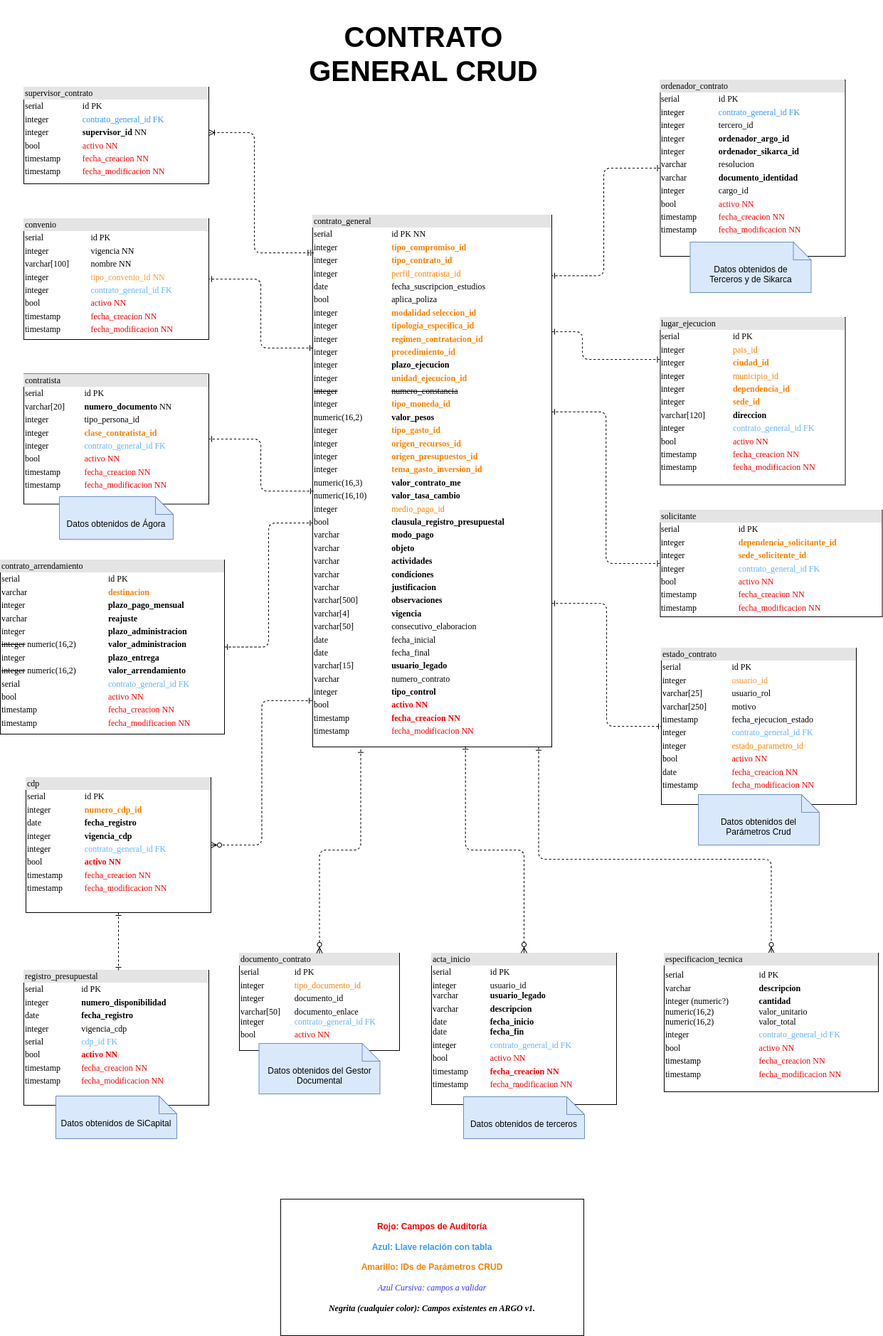
This is modelo-database/modelo-basedatos-core-Argo.png from udistrital/gestion_contractual_compras_contrato_crud, a draw.io export, as it was before one commit. Source tidied: cells renumbered, new cells last; positions are measured from the earlier drawing's top-left corner, leaving out a move shared by most shapes.
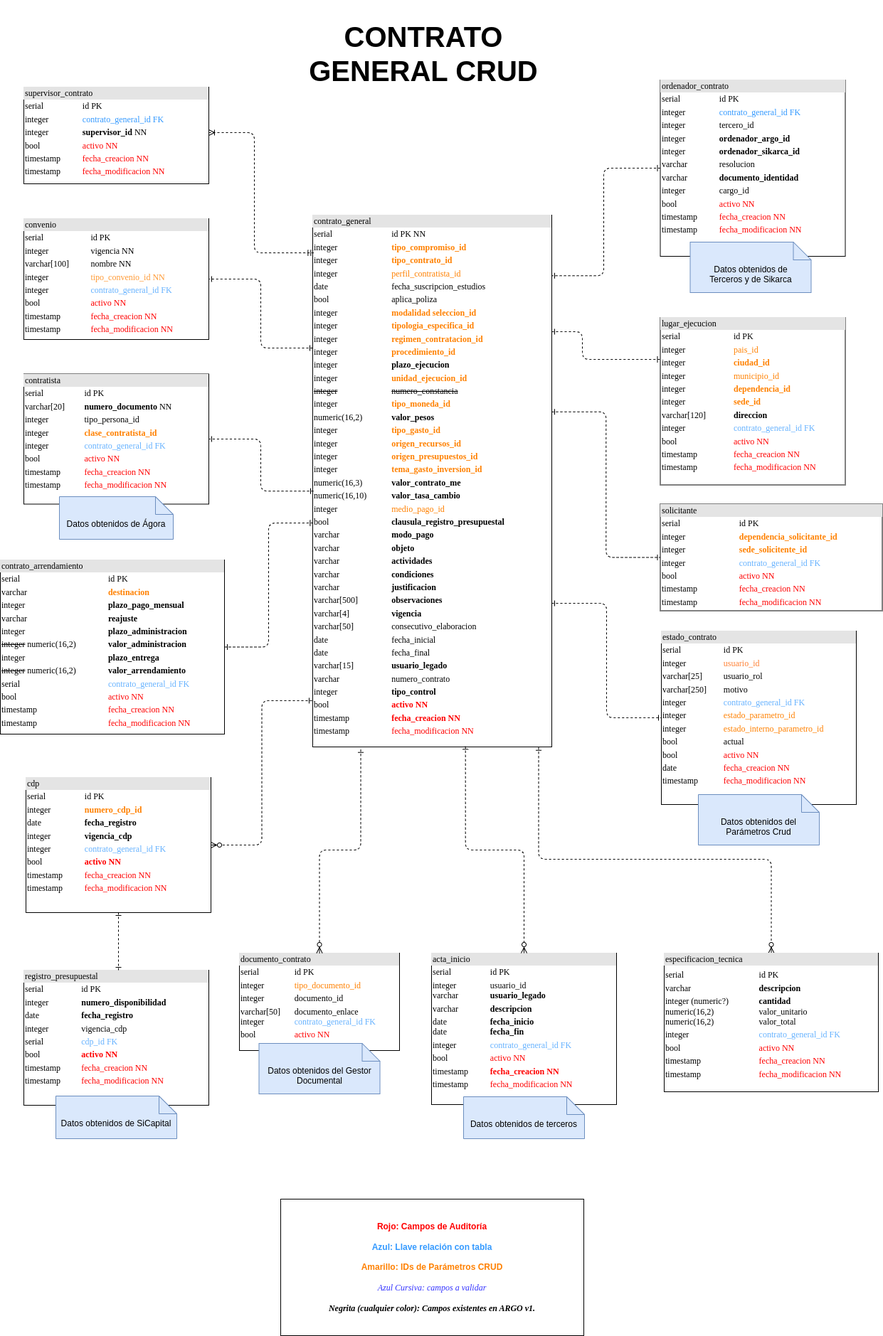
The same file after the commit.

Commit message:
feat: Actualización tabla estado_contrato udistrital/argo_documentacion/issues/250

What changed in the source:
```diff
@@ -2,8 +2,8 @@
   <root>
     <mxCell id="0" />
     <mxCell id="1" parent="0" />
-    <mxCell id="2" value="&lt;div style=&quot;box-sizing: border-box ; width: 100% ; background: #e4e4e4 ; padding: 2px&quot;&gt;estado_contrato&lt;/div&gt;&lt;table style=&quot;width: 100% ; font-size: 1em&quot; cellpadding=&quot;2&quot; cellspacing=&quot;0&quot;&gt;&lt;tbody&gt;&lt;tr&gt;&lt;td&gt;serial&lt;span style=&quot;white-space: pre;&quot;&gt;&#9;&lt;/span&gt;&lt;/td&gt;&lt;td&gt;id PK&lt;/td&gt;&lt;/tr&gt;&lt;tr&gt;&lt;td&gt;integer&lt;/td&gt;&lt;td&gt;&lt;font color=&quot;#ff9933&quot;&gt;usuario_id&lt;/font&gt;&lt;/td&gt;&lt;/tr&gt;&lt;tr&gt;&lt;td&gt;varchar[25]&lt;/td&gt;&lt;td&gt;usuario_rol&lt;/td&gt;&lt;/tr&gt;&lt;tr&gt;&lt;td&gt;varchar[250]&lt;/td&gt;&lt;td&gt;motivo&lt;/td&gt;&lt;/tr&gt;&lt;tr&gt;&lt;td&gt;timestamp&lt;/td&gt;&lt;td&gt;fecha_ejecucion_estado&lt;br&gt;&lt;/td&gt;&lt;/tr&gt;&lt;tr&gt;&lt;td&gt;integer&lt;/td&gt;&lt;td&gt;&lt;span style=&quot;color: rgb(102, 178, 255);&quot;&gt;contrato_general_id FK&lt;/span&gt;&lt;br style=&quot;color: rgb(102, 178, 255);&quot;&gt;&lt;/td&gt;&lt;/tr&gt;&lt;tr&gt;&lt;td&gt;integer&lt;br&gt;&lt;/td&gt;&lt;td&gt;&lt;font color=&quot;#ff8000&quot;&gt;estado_parametro_id&lt;br&gt;&lt;/font&gt;&lt;/td&gt;&lt;/tr&gt;&lt;tr&gt;&lt;td&gt;bool&lt;br&gt;&lt;/td&gt;&lt;td&gt;&lt;font color=&quot;#ff0000&quot;&gt;activo NN&lt;br style=&quot;&quot;&gt;&lt;/font&gt;&lt;/td&gt;&lt;/tr&gt;&lt;tr&gt;&lt;td&gt;date&lt;/td&gt;&lt;td&gt;&lt;font color=&quot;#ff0000&quot;&gt;fecha_creacion NN&lt;br style=&quot;&quot;&gt;&lt;/font&gt;&lt;/td&gt;&lt;/tr&gt;&lt;tr&gt;&lt;td&gt;timestamp&lt;br&gt;&lt;/td&gt;&lt;td&gt;&lt;font color=&quot;#ff0000&quot;&gt;fecha_modificacion NN&lt;/font&gt;&lt;br&gt;&lt;/td&gt;&lt;/tr&gt;&lt;/tbody&gt;&lt;/table&gt;" style="verticalAlign=top;align=left;overflow=fill;html=1;rounded=0;shadow=0;comic=0;labelBackgroundColor=none;strokeWidth=1;fontFamily=Verdana;fontSize=12;" parent="1" vertex="1">
-      <mxGeometry x="929" y="911" width="274" height="220" as="geometry" />
+    <mxCell id="2" value="&lt;div style=&quot;box-sizing: border-box ; width: 100% ; background: #e4e4e4 ; padding: 2px&quot;&gt;estado_contrato&lt;/div&gt;&lt;table style=&quot;width: 100% ; font-size: 1em&quot; cellpadding=&quot;2&quot; cellspacing=&quot;0&quot;&gt;&lt;tbody&gt;&lt;tr&gt;&lt;td&gt;serial&lt;span style=&quot;white-space: pre;&quot;&gt;&#9;&lt;/span&gt;&lt;/td&gt;&lt;td&gt;id PK&lt;/td&gt;&lt;/tr&gt;&lt;tr&gt;&lt;td&gt;integer&lt;/td&gt;&lt;td&gt;&lt;font color=&quot;#ff8033&quot;&gt;usuario_id&lt;/font&gt;&lt;/td&gt;&lt;/tr&gt;&lt;tr&gt;&lt;td&gt;varchar[25]&lt;/td&gt;&lt;td&gt;usuario_rol&lt;/td&gt;&lt;/tr&gt;&lt;tr&gt;&lt;td&gt;varchar[250]&lt;/td&gt;&lt;td&gt;motivo&lt;/td&gt;&lt;/tr&gt;&lt;tr&gt;&lt;td&gt;integer&lt;/td&gt;&lt;td&gt;&lt;span style=&quot;color: rgb(102, 178, 255);&quot;&gt;contrato_general_id FK&lt;/span&gt;&lt;br style=&quot;color: rgb(102, 178, 255);&quot;&gt;&lt;/td&gt;&lt;/tr&gt;&lt;tr&gt;&lt;td&gt;integer&lt;br&gt;&lt;/td&gt;&lt;td&gt;&lt;font color=&quot;#ff8000&quot;&gt;estado_parametro_id&lt;br&gt;&lt;/font&gt;&lt;/td&gt;&lt;/tr&gt;&lt;tr&gt;&lt;td&gt;integer&lt;/td&gt;&lt;td&gt;&lt;font color=&quot;#ff8000&quot;&gt;estado_interno_parametro_id&lt;/font&gt;&lt;/td&gt;&lt;/tr&gt;&lt;tr&gt;&lt;td&gt;bool&lt;/td&gt;&lt;td&gt;actual&lt;/td&gt;&lt;/tr&gt;&lt;tr&gt;&lt;td&gt;bool&lt;br&gt;&lt;/td&gt;&lt;td&gt;&lt;font color=&quot;#ff0000&quot;&gt;activo NN&lt;br style=&quot;&quot;&gt;&lt;/font&gt;&lt;/td&gt;&lt;/tr&gt;&lt;tr&gt;&lt;td&gt;date&lt;/td&gt;&lt;td&gt;&lt;font color=&quot;#ff0000&quot;&gt;fecha_creacion NN&lt;br style=&quot;&quot;&gt;&lt;/font&gt;&lt;/td&gt;&lt;/tr&gt;&lt;tr&gt;&lt;td&gt;timestamp&lt;br&gt;&lt;/td&gt;&lt;td&gt;&lt;font color=&quot;#ff0000&quot;&gt;fecha_modificacion NN&lt;/font&gt;&lt;br&gt;&lt;/td&gt;&lt;/tr&gt;&lt;/tbody&gt;&lt;/table&gt;" style="verticalAlign=top;align=left;overflow=fill;html=1;rounded=0;shadow=0;comic=0;labelBackgroundColor=none;strokeWidth=1;fontFamily=Verdana;fontSize=12;" parent="1" vertex="1">
+      <mxGeometry x="929" y="887" width="274" height="244" as="geometry" />
     </mxCell>
     <mxCell id="3" style="edgeStyle=orthogonalEdgeStyle;html=1;labelBackgroundColor=none;startArrow=ERone;endArrow=ERone;fontFamily=Verdana;fontSize=12;align=left;dashed=1;startFill=0;endFill=0;exitX=1;exitY=0.73;exitDx=0;exitDy=0;exitPerimeter=0;" parent="1" edge="1" source="4" target="2">
       <mxGeometry relative="1" as="geometry" />
@@ -63,7 +63,7 @@
       <mxGeometry relative="1" as="geometry" />
     </mxCell>
     <mxCell id="19" value="&lt;div style=&quot;box-sizing: border-box ; width: 100% ; background: #e4e4e4 ; padding: 2px&quot;&gt;solicitante&lt;/div&gt;&lt;table style=&quot;width: 100% ; font-size: 1em&quot; cellpadding=&quot;2&quot; cellspacing=&quot;0&quot;&gt;&lt;tbody&gt;&lt;tr&gt;&lt;td&gt;serial&lt;span style=&quot;white-space: pre;&quot;&gt;&#9;&lt;span style=&quot;white-space: pre;&quot;&gt;&#9;&lt;/span&gt;&lt;/span&gt;&lt;/td&gt;&lt;td&gt;id PK&lt;/td&gt;&lt;/tr&gt;&lt;tr&gt;&lt;td&gt;integer&lt;/td&gt;&lt;td&gt;&lt;span style=&quot;color: rgb(255, 128, 0);&quot;&gt;&lt;b&gt;dependencia_solicitante_id&lt;/b&gt;&lt;/span&gt;&lt;/td&gt;&lt;/tr&gt;&lt;tr&gt;&lt;td&gt;integer&lt;/td&gt;&lt;td&gt;&lt;font color=&quot;#ff8000&quot;&gt;&lt;b&gt;sede_solicitente_id&lt;/b&gt;&lt;/font&gt;&lt;/td&gt;&lt;/tr&gt;&lt;tr&gt;&lt;td&gt;integer&lt;br&gt;&lt;/td&gt;&lt;td&gt;&lt;span style=&quot;color: rgb(102, 178, 255);&quot;&gt;contrato_general_id FK&lt;/span&gt;&lt;br style=&quot;color: rgb(102, 178, 255);&quot;&gt;&lt;/td&gt;&lt;/tr&gt;&lt;tr&gt;&lt;td&gt;bool&lt;br&gt;&lt;/td&gt;&lt;td&gt;&lt;font color=&quot;#ff0000&quot;&gt;activo NN&lt;br style=&quot;&quot;&gt;&lt;/font&gt;&lt;/td&gt;&lt;/tr&gt;&lt;tr&gt;&lt;td&gt;timestamp&lt;br&gt;&lt;/td&gt;&lt;td&gt;&lt;font color=&quot;#ff0000&quot;&gt;fecha_creacion NN&lt;br style=&quot;&quot;&gt;&lt;/font&gt;&lt;/td&gt;&lt;/tr&gt;&lt;tr&gt;&lt;td&gt;timestamp&lt;br&gt;&lt;/td&gt;&lt;td&gt;&lt;font color=&quot;#ff0000&quot;&gt;fecha_modificacion NN&lt;/font&gt;&lt;br&gt;&lt;/td&gt;&lt;/tr&gt;&lt;/tbody&gt;&lt;/table&gt;" style="verticalAlign=top;align=left;overflow=fill;html=1;rounded=0;shadow=0;comic=0;labelBackgroundColor=none;strokeWidth=1;fontFamily=Verdana;fontSize=12;" parent="1" vertex="1">
-      <mxGeometry x="927.5" y="717" width="312" height="150" as="geometry" />
+      <mxGeometry x="927.5" y="708.5" width="312" height="150" as="geometry" />
     </mxCell>
     <mxCell id="20" style="edgeStyle=orthogonalEdgeStyle;html=1;dashed=1;labelBackgroundColor=none;startArrow=ERone;endArrow=ERone;fontFamily=Verdana;fontSize=12;align=left;startFill=0;endFill=0;entryX=0;entryY=0.5;entryDx=0;entryDy=0;exitX=1;exitY=0.37;exitDx=0;exitDy=0;exitPerimeter=0;" parent="1" edge="1" source="4" target="19">
       <mxGeometry relative="1" as="geometry" />
```
